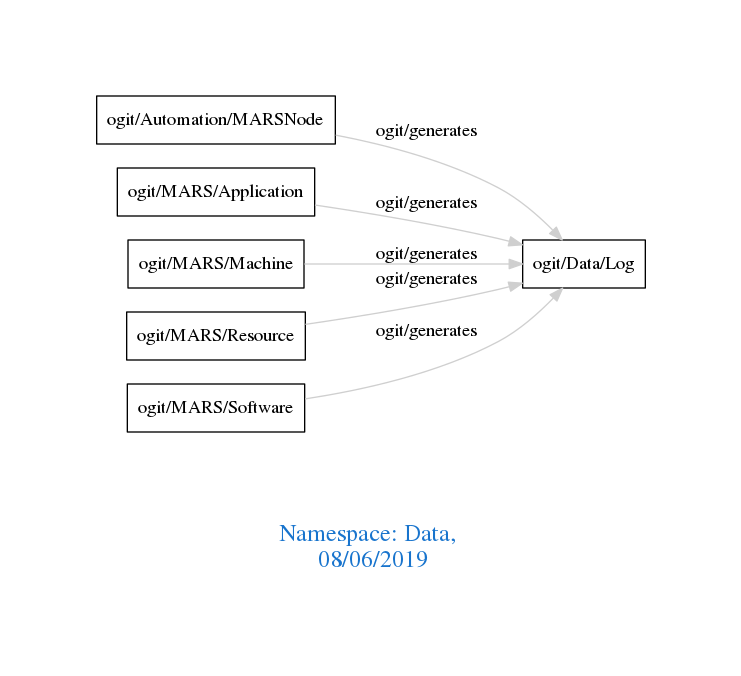
The Graphviz diagram downloads/Data.png in arago/OGIT, before a commit. Its source is kept beside it as downloads/Data.dot.
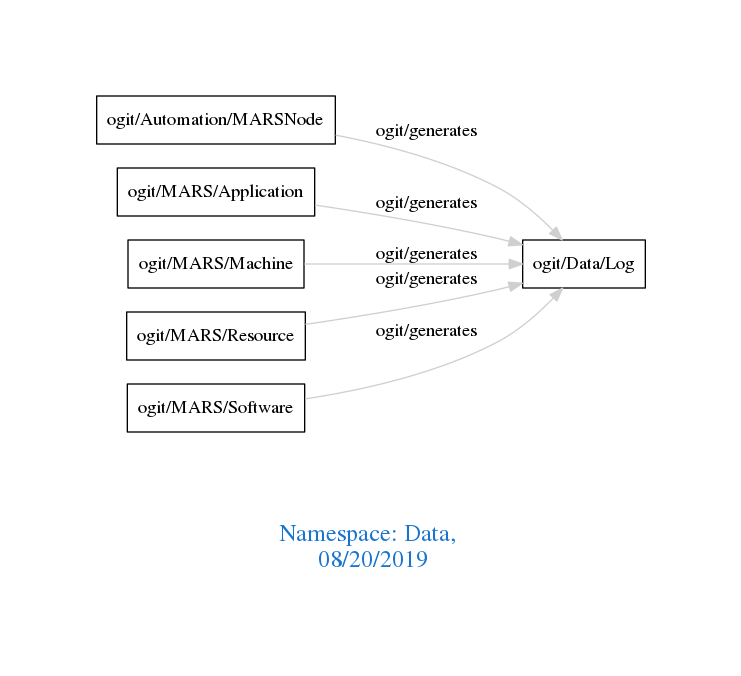
Later version of the same file.

What changed in the source:
```diff
@@ -1,7 +1,7 @@
 digraph OGIT_ontology {
  graph [ rankdir= LR,pad=1
 fontsize = 18,
-fontcolor= dodgerblue3,label = "\n\n\nNamespace: Data, \n 08/06/2019"];
+fontcolor= dodgerblue3,label = "\n\n\nNamespace: Data, \n 08/20/2019"];
 node[shape=polygon];
 edge [  color="gray81"];
 
```
